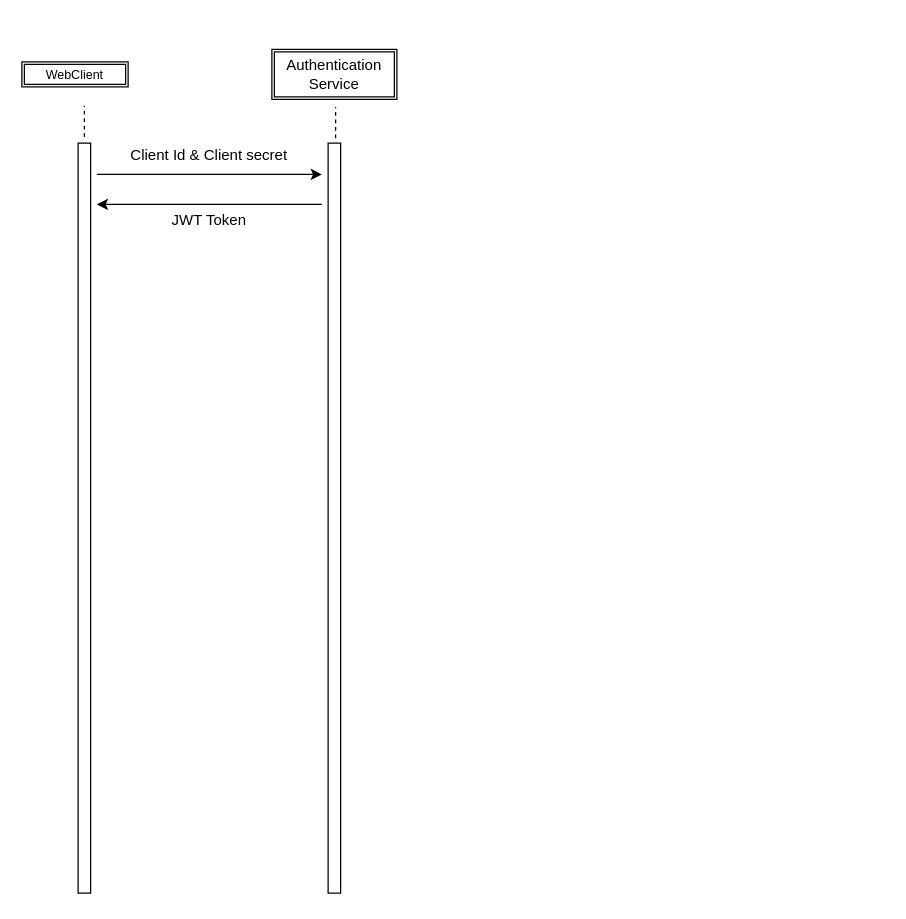
Above: Security.drawio in rod-ag/Technical-Documentation (draw.io), before the change. Source tidied: cells renumbered, new cells numbered last; positions are measured from the earlier drawing's top-left corner, leaving out a move shared by most shapes. Both pictures are drawn from the tidied source at 125%, with x=0, y=0 at pixel (21, 49).
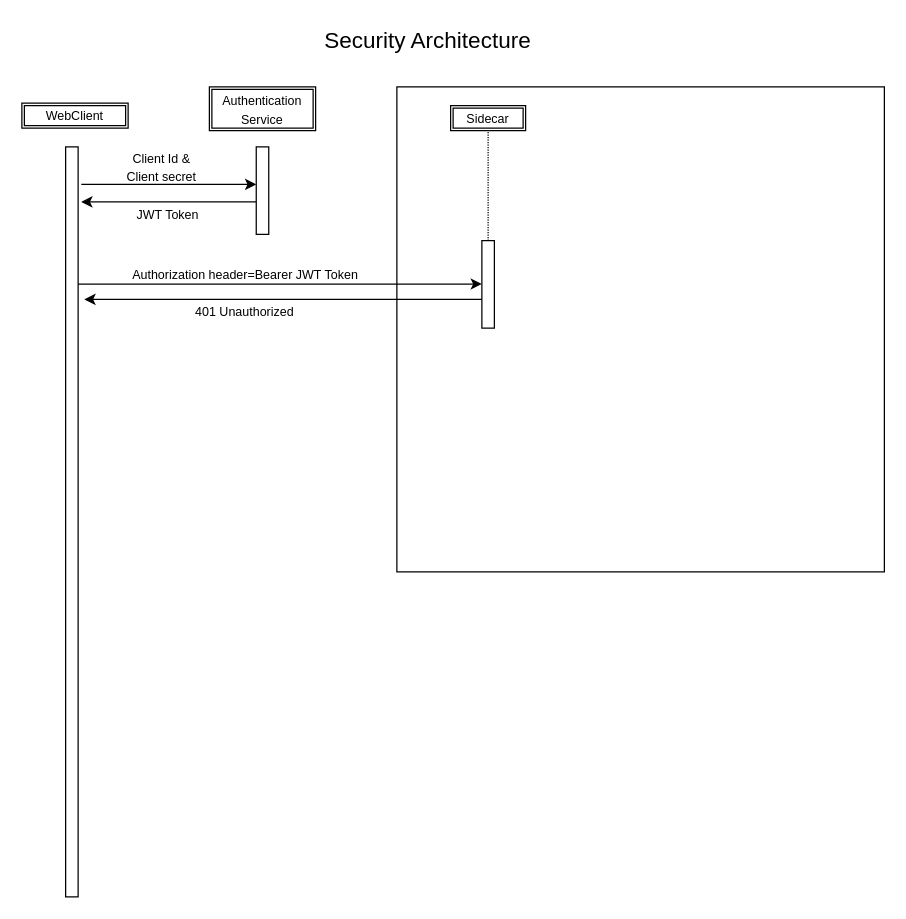
Above is the later version.

What changed in the source:
```diff
@@
     <mxCell id="2" value="&lt;div&gt;&lt;font style=&quot;font-size: 10px;&quot;&gt;WebClient&lt;/font&gt;&lt;/div&gt;" style="shape=ext;double=1;rounded=0;whiteSpace=wrap;html=1;" parent="1" vertex="1">
-      <mxGeometry y="10" width="85" height="20" as="geometry" />
+      <mxGeometry y="43" width="85" height="20" as="geometry" />
     </mxCell>
     <mxCell id="3" style="html=1;perimeter=orthogonalPerimeter;targetShapes=umlLifeline;newEdgeStyle={&quot;curved&quot;:0,&quot;rounded&quot;:0};" parent="1" vertex="1">
-      <mxGeometry x="45" y="75" width="10" height="600" as="geometry" />
+      <mxGeometry x="35" y="78" width="10" height="600" as="geometry" />
     </mxCell>
-    <mxCell id="4" style="endArrow=none;dashed=1;html=1;rounded=0;" parent="1" edge="1">
-      <mxGeometry relative="1" as="geometry">
-        <mxPoint x="50" y="70" as="sourcePoint" />
-        <mxPoint x="50" y="45" as="targetPoint" />
-      </mxGeometry>
-    </mxCell>
-    <mxCell id="5" value="&lt;div&gt;Authentication&lt;/div&gt;&lt;div&gt;Service&lt;/div&gt;" style="shape=ext;double=1;rounded=0;whiteSpace=wrap;html=1;" parent="1" vertex="1">
-      <mxGeometry x="200" width="100" height="40" as="geometry" />
+    <mxCell id="5" value="&lt;font style=&quot;font-size: 10px;&quot;&gt;Authentication Service&lt;/font&gt;" style="shape=ext;double=1;rounded=0;whiteSpace=wrap;html=1;" parent="1" vertex="1">
+      <mxGeometry x="150" y="30" width="85" height="35" as="geometry" />
     </mxCell>
     <mxCell id="6" style="endArrow=classic;html=1;rounded=0;" parent="1" edge="1">
       <mxGeometry relative="1" as="geometry">
-        <mxPoint x="60" y="100" as="sourcePoint" />
-        <mxPoint x="240" y="100" as="targetPoint" />
+        <mxPoint x="47.5" y="108" as="sourcePoint" />
+        <mxPoint x="187.5" y="108" as="targetPoint" />
       </mxGeometry>
     </mxCell>
     <mxCell id="7" style="html=1;perimeter=orthogonalPerimeter;targetShapes=umlLifeline;newEdgeStyle={&quot;curved&quot;:0,&quot;rounded&quot;:0};" parent="1" vertex="1">
-      <mxGeometry x="245" y="75" width="10" height="600" as="geometry" />
+      <mxGeometry x="187.5" y="78" width="10" height="70" as="geometry" />
     </mxCell>
-    <mxCell id="8" style="endArrow=none;dashed=1;html=1;rounded=0;" parent="1" edge="1">
-      <mxGeometry relative="1" as="geometry">
-        <mxPoint x="251" y="71" as="sourcePoint" />
-        <mxPoint x="251" y="46" as="targetPoint" />
-      </mxGeometry>
-    </mxCell>
-    <mxCell id="9" value="Client Id &amp;amp; Client secret" style="text;html=1;whiteSpace=wrap;strokeColor=none;fillColor=none;align=center;verticalAlign=middle;rounded=0;" parent="1" vertex="1">
-      <mxGeometry x="85" y="75" width="130" height="20" as="geometry" />
+    <mxCell id="9" value="&lt;font style=&quot;font-size: 10px;&quot;&gt;Client Id &amp;amp; Client secret&lt;/font&gt;" style="text;html=1;whiteSpace=wrap;strokeColor=none;fillColor=none;align=center;verticalAlign=middle;rounded=0;" parent="1" vertex="1">
+      <mxGeometry x="77" y="84" width="70" height="20" as="geometry" />
     </mxCell>
     <mxCell id="10" style="endArrow=classic;html=1;rounded=0;" parent="1" edge="1">
       <mxGeometry relative="1" as="geometry">
-        <mxPoint x="240" y="124" as="sourcePoint" />
-        <mxPoint x="60" y="124" as="targetPoint" />
+        <mxPoint x="187.5" y="122" as="sourcePoint" />
+        <mxPoint x="47.5" y="122" as="targetPoint" />
       </mxGeometry>
     </mxCell>
-    <mxCell id="11" value="JWT Token" style="text;html=1;whiteSpace=wrap;strokeColor=none;fillColor=none;align=center;verticalAlign=middle;rounded=0;" parent="1" vertex="1">
-      <mxGeometry x="115" y="122" width="70" height="30" as="geometry" />
+    <mxCell id="11" value="&lt;font style=&quot;font-size: 10px;&quot;&gt;JWT Token&lt;/font&gt;" style="text;html=1;whiteSpace=wrap;strokeColor=none;fillColor=none;align=center;verticalAlign=middle;rounded=0;" parent="1" vertex="1">
+      <mxGeometry x="82" y="122" width="70" height="20" as="geometry" />
     </mxCell>
+    <mxCell id="12" value="&lt;font style=&quot;font-size: 18px;&quot;&gt;Security Architecture&lt;/font&gt;" style="text;html=1;whiteSpace=wrap;strokeColor=none;fillColor=none;align=center;verticalAlign=middle;rounded=0;" parent="1" vertex="1">
+      <mxGeometry x="230" y="-22" width="190" height="30" as="geometry" />
+    </mxCell>
+    <mxCell id="13" style="rounded=0;whiteSpace=wrap;html=1;" parent="1" vertex="1">
+      <mxGeometry x="300" y="30" width="390" height="388" as="geometry" />
+    </mxCell>
+    <mxCell id="14" value="&lt;div&gt;&lt;font style=&quot;font-size: 10px;&quot;&gt;Sidecar&lt;/font&gt;&lt;/div&gt;" style="shape=ext;double=1;rounded=0;whiteSpace=wrap;html=1;" parent="1" vertex="1">
+      <mxGeometry x="343" y="45" width="60" height="20" as="geometry" />
+    </mxCell>
+    <mxCell id="15" style="html=1;points=[[0,0,0,0,5],[0,1,0,0,-5],[1,0,0,0,5],[1,1,0,0,-5]];perimeter=orthogonalPerimeter;outlineConnect=0;targetShapes=umlLifeline;portConstraint=eastwest;newEdgeStyle={&quot;curved&quot;:0,&quot;rounded&quot;:0};" parent="1" vertex="1">
+      <mxGeometry x="368" y="153" width="10" height="70" as="geometry" />
+    </mxCell>
+    <mxCell id="16" style="endArrow=none;dashed=1;html=1;rounded=0;dashPattern=1 1;entryX=0.5;entryY=1;entryDx=0;entryDy=0;" parent="1" edge="1" source="15" target="14">
+      <mxGeometry relative="1" as="geometry" />
+    </mxCell>
+    <mxCell id="17" style="endArrow=classic;html=1;rounded=0;" parent="1" edge="1" target="15">
+      <mxGeometry relative="1" as="geometry">
+        <mxPoint x="45" y="187.7" as="sourcePoint" />
+      </mxGeometry>
+    </mxCell>
+    <mxCell id="18" value="&lt;div&gt;&lt;font style=&quot;font-size: 10px;&quot;&gt;Authorization header=Bearer JWT Token&lt;/font&gt;&lt;/div&gt;" style="text;html=1;whiteSpace=wrap;strokeColor=none;fillColor=none;align=center;verticalAlign=middle;rounded=0;" parent="1" vertex="1">
+      <mxGeometry x="77" y="170" width="204" height="20" as="geometry" />
+    </mxCell>
+    <mxCell id="19" style="endArrow=classic;html=1;rounded=0;" parent="1" edge="1" source="15">
+      <mxGeometry relative="1" as="geometry">
+        <mxPoint x="50" y="200" as="targetPoint" />
+      </mxGeometry>
+    </mxCell>
+    <mxCell id="20" value="&lt;font style=&quot;font-size: 10px;&quot;&gt;401 Unauthorized&lt;/font&gt;" style="text;html=1;whiteSpace=wrap;strokeColor=none;fillColor=none;align=center;verticalAlign=middle;rounded=0;" parent="1" vertex="1">
+      <mxGeometry x="133" y="200" width="91" height="20" as="geometry" />
+    </mxCell>
```
